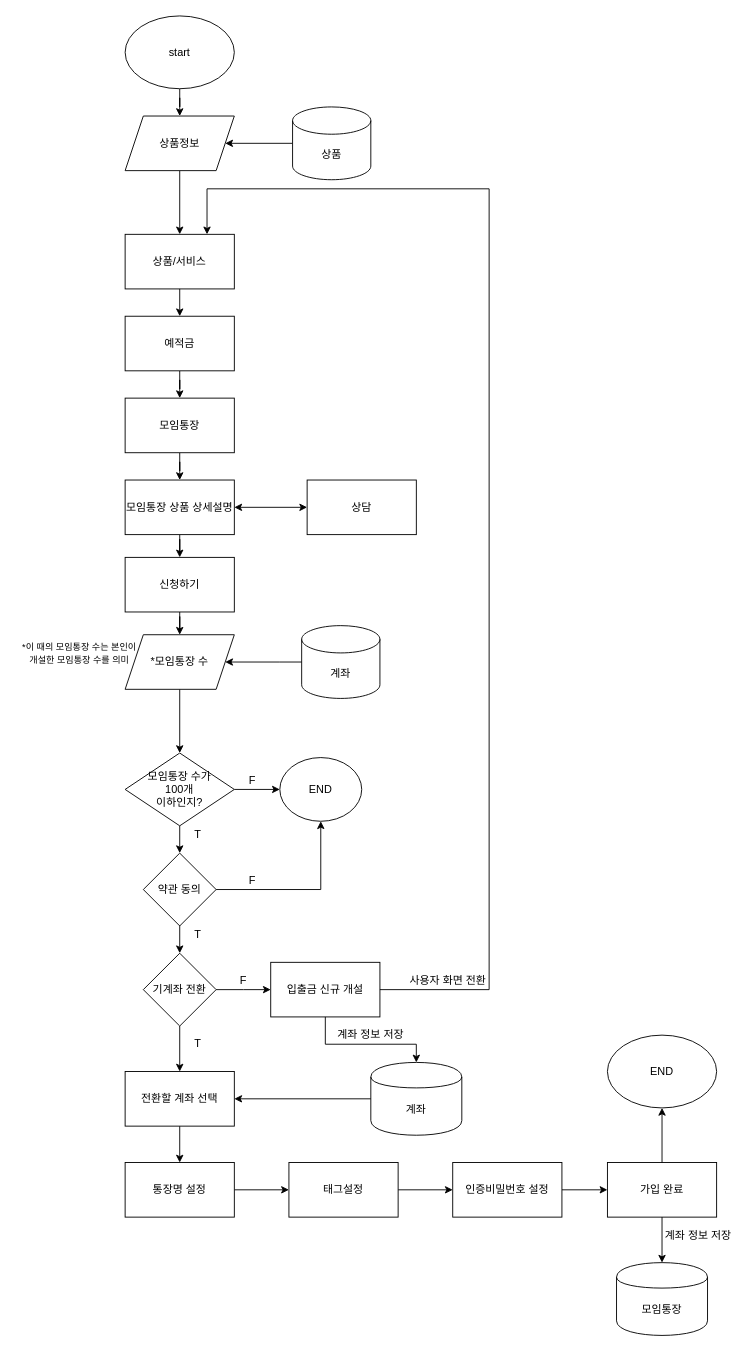
h22j2n/BeakJoon keeps this draw.io diagram as Untitled Diagram.drawio. Above is the earlier version. Source tidied: cells renumbered, new cells numbered last; positions are measured from the earlier drawing's top-left corner, leaving out a move shared by most shapes. Both pictures are drawn from the tidied source at 91%, with x=0, y=0 at pixel (15, 15).
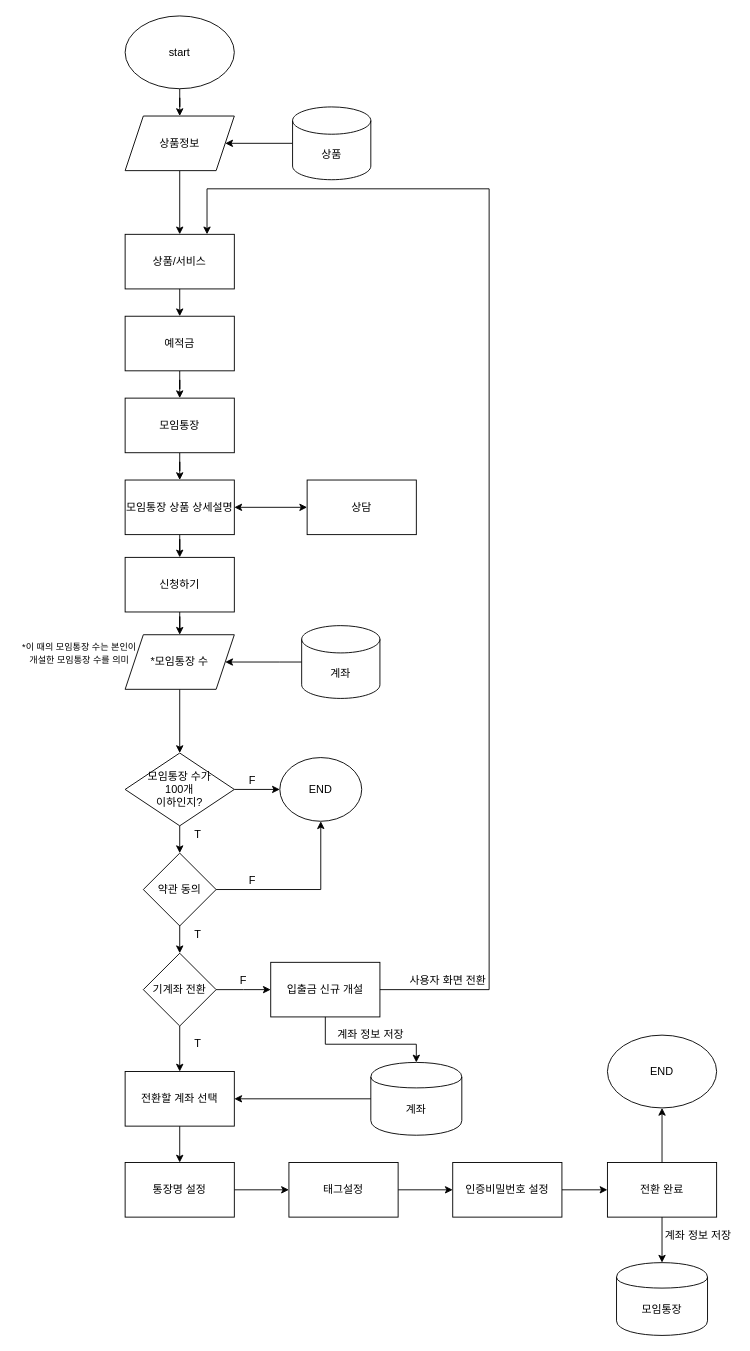
Above is the later version.

Diff of the diagram source:
```diff
@@
-    <mxCell id="18" value="가입 완료" style="rounded=0;whiteSpace=wrap;html=1;" parent="1" vertex="1">
+    <mxCell id="18" value="전환 완료" style="rounded=0;whiteSpace=wrap;html=1;" parent="1" vertex="1">
       <mxGeometry x="650" y="1260" width="120" height="60" as="geometry" />
     </mxCell>
```
